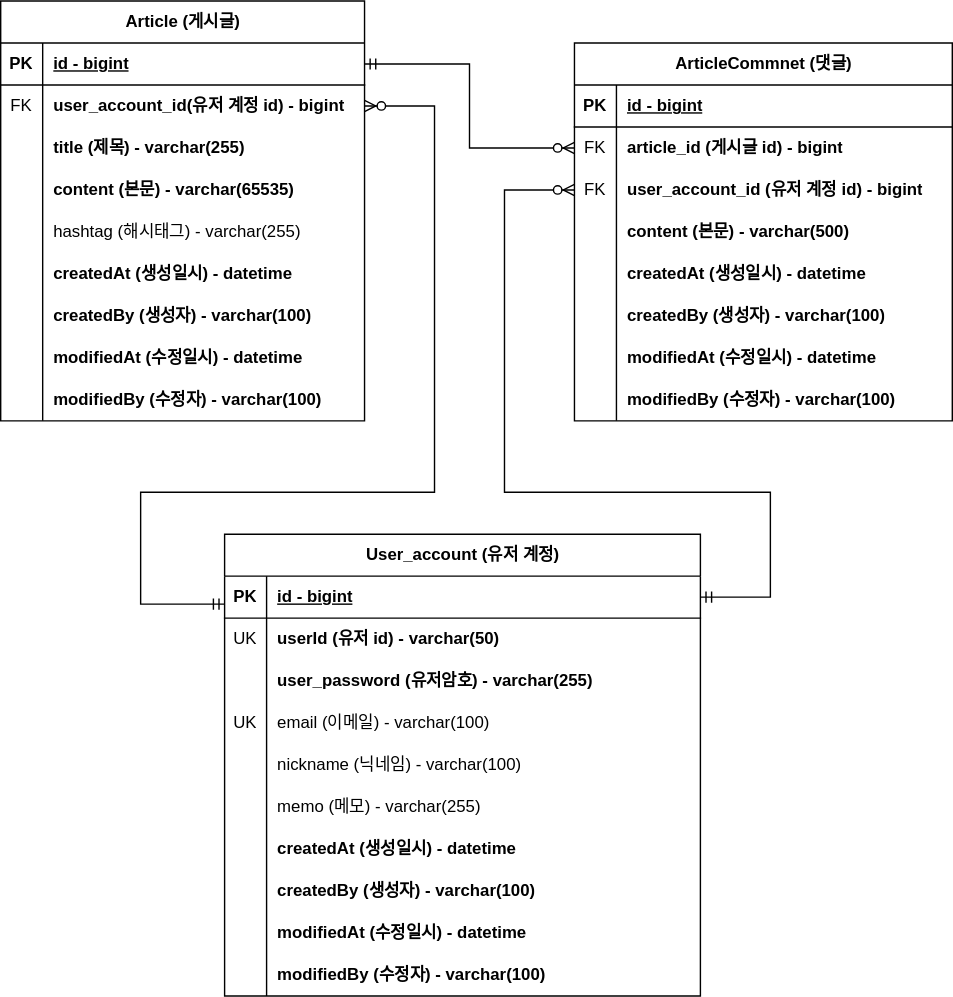
peg5325/study-project-board keeps this draw.io diagram as document/project-board-erd.svg. Above is the earlier version. Source tidied: cells renumbered, new cells last; positions are measured from the earlier drawing's top-left corner, leaving out a move shared by most shapes.
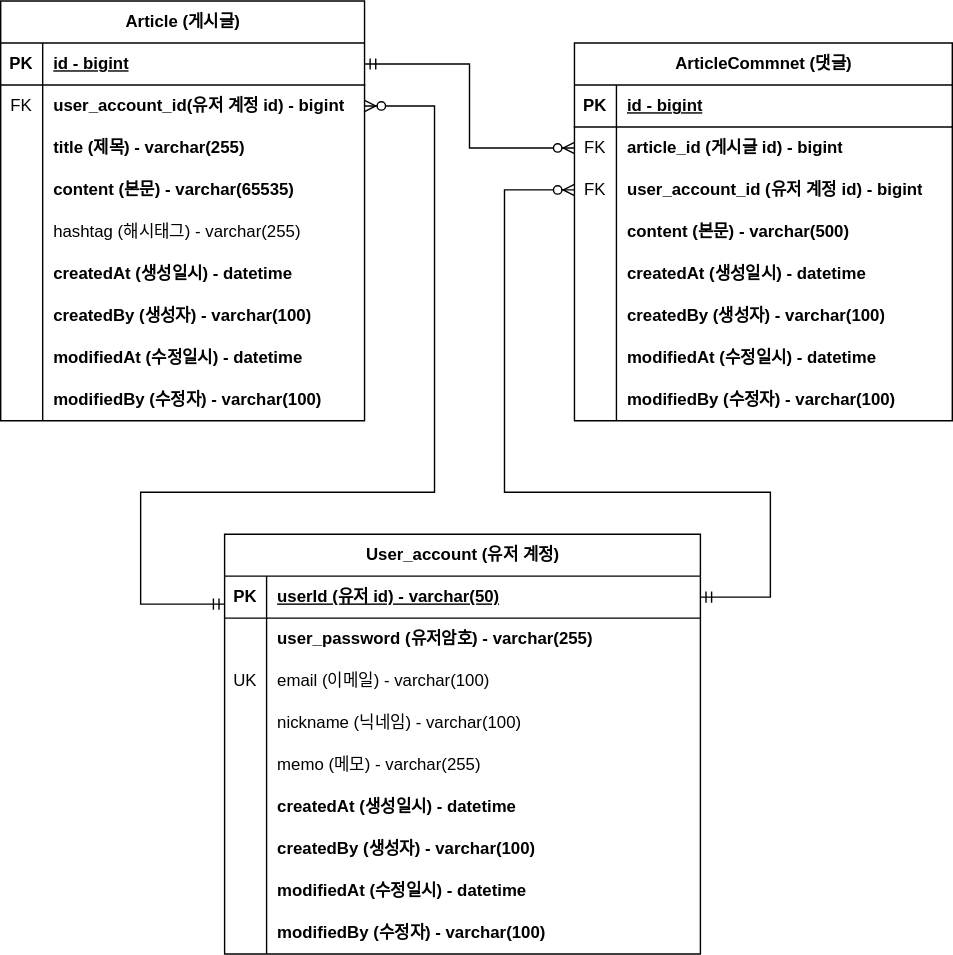
Above is the later version.

Commit message:
#42 - ERD 문서 수정: 회원 계정 user_id 를 PK 로 변경

Change to the diagram source:
```diff
@@ -165,7 +165,7 @@
       <mxGeometry relative="1" as="geometry" />
     </mxCell>
     <mxCell id="56" value="User_account (유저 계정)" style="shape=table;startSize=30;rowLines=0;fontStyle=1;align=center;html=1;" parent="1" vertex="1">
-      <mxGeometry x="160" y="381" width="340" height="330" as="geometry" />
+      <mxGeometry x="160" y="381" width="340" height="300" as="geometry" />
     </mxCell>
     <mxCell id="57" style="shape=tableRow;horizontal=0;startSize=0;swimlaneHead=0;swimlaneBody=0;fillColor=none;points=[[0,0.5],[1,0.5]];portConstraint=eastwest;top=0;left=0;right=0;bottom=1;" parent="56" vertex="1">
       <mxGeometry y="30" width="340" height="30" as="geometry" />
@@ -173,20 +173,11 @@
     <mxCell id="58" value="PK" style="shape=partialRectangle;fillColor=none;top=0;left=0;bottom=0;right=0;fontStyle=1;overflow=hidden;whiteSpace=wrap;html=1;" parent="57" vertex="1">
       <mxGeometry width="30" height="30" as="geometry" />
     </mxCell>
-    <mxCell id="59" value="id - bigint" style="shape=partialRectangle;fillColor=none;top=0;left=0;bottom=0;right=0;align=left;spacingLeft=6;fontStyle=5;overflow=hidden;whiteSpace=wrap;html=1;" parent="57" vertex="1">
+    <mxCell id="59" value="userId (유저 id) - varchar(50)" style="shape=partialRectangle;fillColor=none;top=0;left=0;bottom=0;right=0;align=left;spacingLeft=6;fontStyle=5;overflow=hidden;whiteSpace=wrap;html=1;" parent="57" vertex="1">
       <mxGeometry x="30" width="310" height="30" as="geometry" />
     </mxCell>
-    <mxCell id="60" style="shape=tableRow;horizontal=0;startSize=0;swimlaneHead=0;swimlaneBody=0;fillColor=none;top=0;left=0;right=0;bottom=0;" parent="56" vertex="1">
-      <mxGeometry y="60" width="340" height="30" as="geometry" />
-    </mxCell>
-    <mxCell id="61" value="UK" style="shape=partialRectangle;fillColor=none;top=0;left=0;bottom=0;right=0;overflow=hidden;whiteSpace=wrap;html=1;" parent="60" vertex="1">
-      <mxGeometry width="30" height="30" as="geometry" />
-    </mxCell>
-    <mxCell id="62" value="userId (유저 id) - varchar(50)" style="shape=partialRectangle;fillColor=none;top=0;left=0;bottom=0;right=0;align=left;spacingLeft=6;overflow=hidden;whiteSpace=wrap;html=1;fontStyle=1;" parent="60" vertex="1">
-      <mxGeometry x="30" width="310" height="30" as="geometry" />
-    </mxCell>
     <mxCell id="63" style="shape=tableRow;horizontal=0;startSize=0;swimlaneHead=0;swimlaneBody=0;fillColor=none;top=0;left=0;right=0;bottom=0;" parent="56" vertex="1">
-      <mxGeometry y="90" width="340" height="30" as="geometry" />
+      <mxGeometry y="60" width="340" height="30" as="geometry" />
     </mxCell>
     <mxCell id="64" style="shape=partialRectangle;fillColor=none;top=0;left=0;bottom=0;right=0;overflow=hidden;whiteSpace=wrap;html=1;" parent="63" vertex="1">
       <mxGeometry width="30" height="30" as="geometry" />
@@ -195,7 +186,7 @@
       <mxGeometry x="30" width="310" height="30" as="geometry" />
     </mxCell>
     <mxCell id="66" style="shape=tableRow;horizontal=0;startSize=0;swimlaneHead=0;swimlaneBody=0;fillColor=none;top=0;left=0;right=0;bottom=0;" parent="56" vertex="1">
-      <mxGeometry y="120" width="340" height="30" as="geometry" />
+      <mxGeometry y="90" width="340" height="30" as="geometry" />
     </mxCell>
     <mxCell id="67" value="UK" style="shape=partialRectangle;fillColor=none;top=0;left=0;bottom=0;right=0;overflow=hidden;whiteSpace=wrap;html=1;" parent="66" vertex="1">
       <mxGeometry width="30" height="30" as="geometry" />
@@ -204,7 +195,7 @@
       <mxGeometry x="30" width="310" height="30" as="geometry" />
     </mxCell>
     <mxCell id="69" style="shape=tableRow;horizontal=0;startSize=0;swimlaneHead=0;swimlaneBody=0;fillColor=none;top=0;left=0;right=0;bottom=0;" parent="56" vertex="1">
-      <mxGeometry y="150" width="340" height="30" as="geometry" />
+      <mxGeometry y="120" width="340" height="30" as="geometry" />
     </mxCell>
     <mxCell id="70" style="shape=partialRectangle;fillColor=none;top=0;left=0;bottom=0;right=0;overflow=hidden;whiteSpace=wrap;html=1;" parent="69" vertex="1">
       <mxGeometry width="30" height="30" as="geometry" />
@@ -213,7 +204,7 @@
       <mxGeometry x="30" width="310" height="30" as="geometry" />
     </mxCell>
     <mxCell id="72" style="shape=tableRow;horizontal=0;startSize=0;swimlaneHead=0;swimlaneBody=0;fillColor=none;top=0;left=0;right=0;bottom=0;" parent="56" vertex="1">
-      <mxGeometry y="180" width="340" height="30" as="geometry" />
+      <mxGeometry y="150" width="340" height="30" as="geometry" />
     </mxCell>
     <mxCell id="73" style="shape=partialRectangle;fillColor=none;top=0;left=0;bottom=0;right=0;overflow=hidden;whiteSpace=wrap;html=1;" parent="72" vertex="1">
       <mxGeometry width="30" height="30" as="geometry" />
@@ -222,7 +213,7 @@
       <mxGeometry x="30" width="310" height="30" as="geometry" />
     </mxCell>
     <mxCell id="75" style="shape=tableRow;horizontal=0;startSize=0;swimlaneHead=0;swimlaneBody=0;fillColor=none;top=0;left=0;right=0;bottom=0;" parent="56" vertex="1">
-      <mxGeometry y="210" width="340" height="30" as="geometry" />
+      <mxGeometry y="180" width="340" height="30" as="geometry" />
     </mxCell>
     <mxCell id="76" style="shape=partialRectangle;fillColor=none;top=0;left=0;bottom=0;right=0;overflow=hidden;whiteSpace=wrap;html=1;" parent="75" vertex="1">
       <mxGeometry width="30" height="30" as="geometry" />
@@ -231,7 +222,7 @@
       <mxGeometry x="30" width="310" height="30" as="geometry" />
     </mxCell>
     <mxCell id="78" style="shape=tableRow;horizontal=0;startSize=0;swimlaneHead=0;swimlaneBody=0;fillColor=none;top=0;left=0;right=0;bottom=0;" parent="56" vertex="1">
-      <mxGeometry y="240" width="340" height="30" as="geometry" />
+      <mxGeometry y="210" width="340" height="30" as="geometry" />
     </mxCell>
     <mxCell id="79" style="shape=partialRectangle;fillColor=none;top=0;left=0;bottom=0;right=0;overflow=hidden;whiteSpace=wrap;html=1;" parent="78" vertex="1">
       <mxGeometry width="30" height="30" as="geometry" />
@@ -240,7 +231,7 @@
       <mxGeometry x="30" width="310" height="30" as="geometry" />
     </mxCell>
     <mxCell id="81" style="shape=tableRow;horizontal=0;startSize=0;swimlaneHead=0;swimlaneBody=0;fillColor=none;top=0;left=0;right=0;bottom=0;" parent="56" vertex="1">
-      <mxGeometry y="270" width="340" height="30" as="geometry" />
+      <mxGeometry y="240" width="340" height="30" as="geometry" />
     </mxCell>
     <mxCell id="82" style="shape=partialRectangle;fillColor=none;top=0;left=0;bottom=0;right=0;overflow=hidden;whiteSpace=wrap;html=1;" parent="81" vertex="1">
       <mxGeometry width="30" height="30" as="geometry" />
@@ -249,7 +240,7 @@
       <mxGeometry x="30" width="310" height="30" as="geometry" />
     </mxCell>
     <mxCell id="84" style="shape=tableRow;horizontal=0;startSize=0;swimlaneHead=0;swimlaneBody=0;fillColor=none;top=0;left=0;right=0;bottom=0;" parent="56" vertex="1">
-      <mxGeometry y="300" width="340" height="30" as="geometry" />
+      <mxGeometry y="270" width="340" height="30" as="geometry" />
     </mxCell>
     <mxCell id="85" style="shape=partialRectangle;fillColor=none;top=0;left=0;bottom=0;right=0;overflow=hidden;whiteSpace=wrap;html=1;" parent="84" vertex="1">
       <mxGeometry width="30" height="30" as="geometry" />
```
